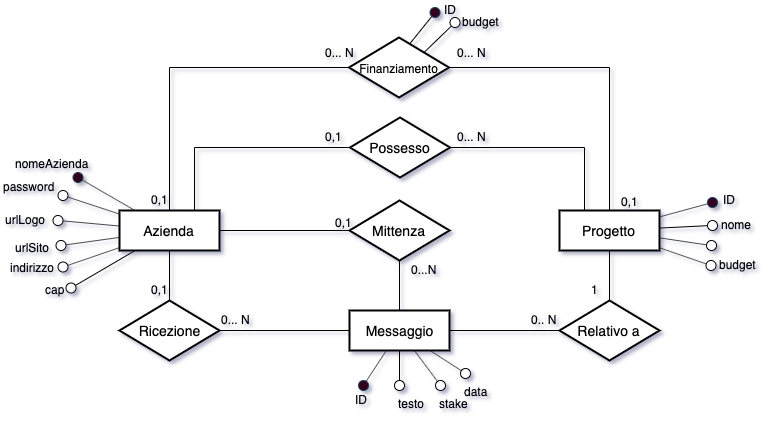
guidogagl/LSMDB keeps this draw.io diagram as img/ER.png. Above is the earlier version. Source tidied: cells renumbered, new cells last; positions are measured from the earlier drawing's top-left corner, leaving out a move shared by most shapes.
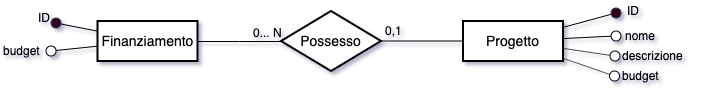
The same diagram one commit later.

What changed in the source:
```diff
@@ -2,241 +2,80 @@
   <root>
     <mxCell id="0" />
     <mxCell id="1" parent="0" />
-    <mxCell id="2" style="edgeStyle=orthogonalEdgeStyle;rounded=0;jettySize=auto;html=1;entryX=0;entryY=0.5;entryDx=0;entryDy=0;endArrow=none;endFill=0;" parent="1" edge="1" source="4" target="14">
+    <mxCell id="2" style="rounded=0;jettySize=auto;html=1;endArrow=none;endFill=0;" parent="1" edge="1" source="25" target="4">
       <mxGeometry relative="1" as="geometry" />
     </mxCell>
-    <mxCell id="3" style="edgeStyle=orthogonalEdgeStyle;rounded=0;jettySize=auto;html=1;entryX=0.5;entryY=0;entryDx=0;entryDy=0;endArrow=none;endFill=0;" parent="1" edge="1" source="4" target="16">
-      <mxGeometry relative="1" as="geometry" />
+    <mxCell id="3" value="0... N" style="text;html=1;align=left;verticalAlign=top;spacingTop=-4;" parent="1" vertex="1">
+      <mxGeometry x="292" y="554.5" width="40" height="20" as="geometry" />
     </mxCell>
-    <mxCell id="4" value="Azienda" style="strokeWidth=2;whiteSpace=wrap;html=1;align=center;fontSize=14;" parent="1" vertex="1">
-      <mxGeometry x="118" y="210" width="100" height="40" as="geometry" />
+    <mxCell id="4" style="ellipse;whiteSpace=wrap;html=1;" parent="1" vertex="1">
+      <mxGeometry x="86.5" y="577.5" width="10" height="10" as="geometry" />
     </mxCell>
-    <mxCell id="5" value="Progetto" style="strokeWidth=2;whiteSpace=wrap;html=1;align=center;fontSize=14;" parent="1" vertex="1">
-      <mxGeometry x="558" y="210" width="100" height="40" as="geometry" />
+    <mxCell id="5" value="budget&lt;br&gt;" style="text;html=1;points=[];align=left;verticalAlign=top;spacingTop=-4;" parent="1" vertex="1">
+      <mxGeometry x="41.5" y="572.5" width="50" height="20" as="geometry" />
     </mxCell>
-    <mxCell id="6" style="edgeStyle=orthogonalEdgeStyle;rounded=0;jettySize=auto;html=1;exitX=0;exitY=0.5;exitDx=0;exitDy=0;endArrow=none;endFill=0;" parent="1" edge="1" source="9" target="4">
+    <mxCell id="6" style="edgeStyle=none;rounded=0;jettySize=auto;html=1;endArrow=none;endFill=0;" parent="1" edge="1" source="7" target="25">
       <mxGeometry relative="1" as="geometry" />
     </mxCell>
-    <mxCell id="7" style="edgeStyle=orthogonalEdgeStyle;rounded=0;jettySize=auto;html=1;exitX=1;exitY=0.5;exitDx=0;exitDy=0;entryX=0.5;entryY=0;entryDx=0;entryDy=0;endArrow=none;endFill=0;" parent="1" edge="1" source="9" target="5">
-      <mxGeometry relative="1" as="geometry" />
+    <mxCell id="7" style="ellipse;whiteSpace=wrap;html=1;labelBackgroundColor=#000000;fillColor=#33001A;strokeColor=#23445d;" parent="1" vertex="1">
+      <mxGeometry x="91.5" y="549.5" width="10" height="10" as="geometry" />
     </mxCell>
-    <mxCell id="8" style="rounded=0;jettySize=auto;html=1;exitX=1;exitY=0;exitDx=0;exitDy=0;entryX=0;entryY=1;entryDx=0;entryDy=0;endArrow=none;endFill=0;" parent="1" edge="1" source="9" target="31">
-      <mxGeometry relative="1" as="geometry" />
+    <mxCell id="8" value="ID" style="text;html=1;align=left;verticalAlign=top;spacingTop=-4;" parent="1" vertex="1">
+      <mxGeometry x="76.5" y="539.5" width="30" height="20" as="geometry" />
     </mxCell>
-    <mxCell id="9" value="&lt;font style=&quot;font-size: 12px&quot;&gt;Finanziamento&lt;/font&gt;" style="shape=rhombus;strokeWidth=2;fontSize=17;perimeter=rhombusPerimeter;whiteSpace=wrap;html=1;align=center;fontSize=14;" parent="1" vertex="1">
-      <mxGeometry x="347.5" y="37" width="100" height="60" as="geometry" />
+    <mxCell id="9" style="edgeStyle=orthogonalEdgeStyle;rounded=0;jettySize=auto;html=1;endArrow=none;endFill=0;" parent="1" edge="1" source="10" target="26">
+      <mxGeometry relative="1" as="geometry" />
     </mxCell>
-    <mxCell id="10" style="edgeStyle=orthogonalEdgeStyle;rounded=0;jettySize=auto;html=1;exitX=1;exitY=0.5;exitDx=0;exitDy=0;entryX=0;entryY=0.5;entryDx=0;entryDy=0;endArrow=none;endFill=0;" parent="1" edge="1" source="11" target="18">
-      <mxGeometry relative="1" as="geometry" />
+    <mxCell id="10" value="Progetto" style="strokeWidth=2;whiteSpace=wrap;html=1;align=center;fontSize=14;" parent="1" vertex="1">
+      <mxGeometry x="503.5" y="552.5" width="100" height="40" as="geometry" />
     </mxCell>
-    <mxCell id="11" value="Messaggio" style="strokeWidth=2;whiteSpace=wrap;html=1;align=center;fontSize=14;" parent="1" vertex="1">
-      <mxGeometry x="348" y="310" width="100" height="40" as="geometry" />
+    <mxCell id="11" value="0,1" style="text;html=1;points=[];align=left;verticalAlign=top;spacingTop=-4;" parent="1" vertex="1">
+      <mxGeometry x="424" y="552.5" width="30" height="20" as="geometry" />
     </mxCell>
-    <mxCell id="12" style="edgeStyle=orthogonalEdgeStyle;rounded=0;jettySize=auto;html=1;entryX=0.5;entryY=0;entryDx=0;entryDy=0;endArrow=none;endFill=0;" parent="1" edge="1" source="14" target="11">
+    <mxCell id="12" style="edgeStyle=none;rounded=0;jettySize=auto;html=1;endArrow=none;endFill=0;" parent="1" edge="1" source="13" target="10">
       <mxGeometry relative="1" as="geometry" />
     </mxCell>
-    <mxCell id="13" style="edgeStyle=orthogonalEdgeStyle;rounded=0;jettySize=auto;html=1;endArrow=none;endFill=0;" parent="1" edge="1" source="14">
-      <mxGeometry relative="1" as="geometry">
-        <mxPoint x="268" y="230" as="targetPoint" />
-      </mxGeometry>
+    <mxCell id="13" style="ellipse;whiteSpace=wrap;html=1;labelBackgroundColor=#000000;fillColor=#33001A;strokeColor=#23445d;" parent="1" vertex="1">
+      <mxGeometry x="651.5" y="539.5" width="10" height="10" as="geometry" />
     </mxCell>
-    <mxCell id="14" value="Mittenza" style="shape=rhombus;strokeWidth=2;fontSize=17;perimeter=rhombusPerimeter;whiteSpace=wrap;html=1;align=center;fontSize=14;" parent="1" vertex="1">
-      <mxGeometry x="348" y="200" width="100" height="60" as="geometry" />
+    <mxCell id="14" value="ID" style="text;html=1;points=[];align=left;verticalAlign=top;spacingTop=-4;" parent="1" vertex="1">
+      <mxGeometry x="665.5" y="532.5" width="30" height="20" as="geometry" />
     </mxCell>
-    <mxCell id="15" style="edgeStyle=orthogonalEdgeStyle;rounded=0;jettySize=auto;html=1;entryX=0;entryY=0.5;entryDx=0;entryDy=0;endArrow=none;endFill=0;" parent="1" edge="1" source="16" target="11">
+    <mxCell id="15" style="edgeStyle=none;rounded=0;jettySize=auto;html=1;endArrow=none;endFill=0;" parent="1" edge="1" source="16" target="10">
       <mxGeometry relative="1" as="geometry" />
     </mxCell>
-    <mxCell id="16" value="Ricezione" style="shape=rhombus;strokeWidth=2;fontSize=17;perimeter=rhombusPerimeter;whiteSpace=wrap;html=1;align=center;fontSize=14;" parent="1" vertex="1">
-      <mxGeometry x="118" y="300" width="100" height="60" as="geometry" />
+    <mxCell id="16" style="ellipse;whiteSpace=wrap;html=1;" parent="1" vertex="1">
+      <mxGeometry x="651.5" y="562.5" width="10" height="10" as="geometry" />
     </mxCell>
-    <mxCell id="17" style="edgeStyle=orthogonalEdgeStyle;rounded=0;jettySize=auto;html=1;exitX=0.5;exitY=0;exitDx=0;exitDy=0;endArrow=none;endFill=0;" parent="1" edge="1" source="18" target="5">
-      <mxGeometry relative="1" as="geometry" />
+    <mxCell id="17" value="nome" style="text;html=1;align=left;verticalAlign=top;spacingTop=-4;" parent="1" vertex="1">
+      <mxGeometry x="663.5" y="557.5" width="50" height="20" as="geometry" />
     </mxCell>
-    <mxCell id="18" value="Relativo a" style="shape=rhombus;strokeWidth=2;fontSize=17;perimeter=rhombusPerimeter;whiteSpace=wrap;html=1;align=center;fontSize=14;" parent="1" vertex="1">
-      <mxGeometry x="558" y="300" width="100" height="60" as="geometry" />
+    <mxCell id="18" style="edgeStyle=none;rounded=0;jettySize=auto;html=1;endArrow=none;endFill=0;" parent="1" edge="1" source="19" target="10">
+      <mxGeometry relative="1" as="geometry" />
     </mxCell>
-    <mxCell id="19" value="0,1" style="text;html=1;points=[];align=left;verticalAlign=top;spacingTop=-4;" parent="1" vertex="1">
-      <mxGeometry x="148" y="190" width="30" height="20" as="geometry" />
+    <mxCell id="19" style="ellipse;whiteSpace=wrap;html=1;" parent="1" vertex="1">
+      <mxGeometry x="650.5" y="582.5" width="10" height="10" as="geometry" />
     </mxCell>
-    <mxCell id="20" value="0... N" style="text;html=1;align=left;verticalAlign=top;spacingTop=-4;" parent="1" vertex="1">
-      <mxGeometry x="321.5" y="43" width="40" height="20" as="geometry" />
+    <mxCell id="20" value="descrizione" style="text;html=1;align=left;verticalAlign=top;spacingTop=-4;" parent="1" vertex="1">
+      <mxGeometry x="660.5" y="577.5" width="80" height="20" as="geometry" />
     </mxCell>
-    <mxCell id="21" value="0... N" style="text;html=1;align=left;verticalAlign=top;spacingTop=-4;" parent="1" vertex="1">
-      <mxGeometry x="453.5" y="43" width="40" height="20" as="geometry" />
+    <mxCell id="21" style="edgeStyle=none;rounded=0;jettySize=auto;html=1;endArrow=none;endFill=0;" parent="1" edge="1" source="22" target="10">
+      <mxGeometry relative="1" as="geometry" />
     </mxCell>
-    <mxCell id="22" value="0,1" style="text;html=1;points=[];align=left;verticalAlign=top;spacingTop=-4;" parent="1" vertex="1">
-      <mxGeometry x="618" y="192" width="30" height="20" as="geometry" />
+    <mxCell id="22" style="ellipse;whiteSpace=wrap;html=1;" parent="1" vertex="1">
+      <mxGeometry x="650" y="602.5" width="10" height="10" as="geometry" />
     </mxCell>
-    <mxCell id="23" value="0,1" style="text;html=1;align=left;verticalAlign=top;spacingTop=-4;" parent="1" vertex="1">
-      <mxGeometry x="148" y="280" width="30" height="20" as="geometry" />
+    <mxCell id="23" value="budget" style="text;html=1;align=left;verticalAlign=top;spacingTop=-4;" parent="1" vertex="1">
+      <mxGeometry x="661" y="597.5" width="50" height="20" as="geometry" />
     </mxCell>
-    <mxCell id="24" value="0... N" style="text;html=1;align=left;verticalAlign=top;spacingTop=-4;" parent="1" vertex="1">
-      <mxGeometry x="218" y="310" width="40" height="20" as="geometry" />
+    <mxCell id="24" style="edgeStyle=orthogonalEdgeStyle;rounded=0;jettySize=auto;html=1;entryX=0;entryY=0.5;entryDx=0;entryDy=0;endArrow=none;endFill=0;" parent="1" edge="1" source="25" target="26">
+      <mxGeometry relative="1" as="geometry" />
     </mxCell>
-    <mxCell id="25" value="0,1" style="text;html=1;points=[];align=left;verticalAlign=top;spacingTop=-4;" parent="1" vertex="1">
-      <mxGeometry x="332" y="213" width="30" height="20" as="geometry" />
+    <mxCell id="25" value="Finanziamento" style="strokeWidth=2;whiteSpace=wrap;html=1;align=center;fontSize=14;" parent="1" vertex="1">
+      <mxGeometry x="138" y="552.5" width="100" height="40" as="geometry" />
     </mxCell>
-    <mxCell id="26" value="0...N" style="text;html=1;points=[];align=left;verticalAlign=top;spacingTop=-4;" parent="1" vertex="1">
-      <mxGeometry x="408" y="260" width="40" height="20" as="geometry" />
+    <mxCell id="26" value="Possesso" style="shape=rhombus;strokeWidth=2;fontSize=17;perimeter=rhombusPerimeter;whiteSpace=wrap;html=1;align=center;fontSize=14;" parent="1" vertex="1">
+      <mxGeometry x="321.5" y="542.5" width="100" height="60" as="geometry" />
     </mxCell>
-    <mxCell id="27" value="1" style="text;html=1;align=left;verticalAlign=top;spacingTop=-4;" parent="1" vertex="1">
-      <mxGeometry x="588" y="280" width="20" height="20" as="geometry" />
-    </mxCell>
-    <mxCell id="28" value="0.. N" style="text;html=1;align=left;verticalAlign=top;spacingTop=-4;" parent="1" vertex="1">
-      <mxGeometry x="528" y="310" width="40" height="20" as="geometry" />
-    </mxCell>
-    <mxCell id="29" style="edgeStyle=orthogonalEdgeStyle;rounded=0;jettySize=auto;html=1;endArrow=none;endFill=0;" parent="1" edge="1" source="30" target="11">
-      <mxGeometry relative="1" as="geometry" />
-    </mxCell>
-    <mxCell id="30" style="ellipse;whiteSpace=wrap;html=1;" parent="1" vertex="1">
-      <mxGeometry x="393" y="380" width="10" height="10" as="geometry" />
-    </mxCell>
-    <mxCell id="31" style="ellipse;whiteSpace=wrap;html=1;" parent="1" vertex="1">
-      <mxGeometry x="448.5" y="17" width="10" height="10" as="geometry" />
-    </mxCell>
-    <mxCell id="32" value="budget&lt;br&gt;" style="text;html=1;align=left;verticalAlign=top;spacingTop=-4;" parent="1" vertex="1">
-      <mxGeometry x="458.5" y="12" width="50" height="20" as="geometry" />
-    </mxCell>
-    <mxCell id="33" style="edgeStyle=none;rounded=0;jettySize=auto;html=1;entryX=0.61;entryY=0.1;entryDx=0;entryDy=0;entryPerimeter=0;endArrow=none;endFill=0;" parent="1" edge="1" source="34" target="9">
-      <mxGeometry relative="1" as="geometry" />
-    </mxCell>
-    <mxCell id="34" style="ellipse;whiteSpace=wrap;html=1;labelBackgroundColor=#000000;fillColor=#33001A;strokeColor=#23445d;" parent="1" vertex="1">
-      <mxGeometry x="428.5" y="7" width="10" height="10" as="geometry" />
-    </mxCell>
-    <mxCell id="35" value="ID" style="text;html=1;align=left;verticalAlign=top;spacingTop=-4;" parent="1" vertex="1">
-      <mxGeometry x="440.5" width="30" height="20" as="geometry" />
-    </mxCell>
-    <mxCell id="36" style="edgeStyle=none;rounded=0;jettySize=auto;html=1;endArrow=none;endFill=0;" parent="1" edge="1" source="37" target="5">
-      <mxGeometry relative="1" as="geometry" />
-    </mxCell>
-    <mxCell id="37" style="ellipse;whiteSpace=wrap;html=1;labelBackgroundColor=#000000;fillColor=#33001A;strokeColor=#23445d;" parent="1" vertex="1">
-      <mxGeometry x="706" y="197" width="10" height="10" as="geometry" />
-    </mxCell>
-    <mxCell id="38" value="ID" style="text;html=1;align=left;verticalAlign=top;spacingTop=-4;" parent="1" vertex="1">
-      <mxGeometry x="720" y="190" width="30" height="20" as="geometry" />
-    </mxCell>
-    <mxCell id="39" style="edgeStyle=none;rounded=0;jettySize=auto;html=1;endArrow=none;endFill=0;" parent="1" edge="1" source="40" target="11">
-      <mxGeometry relative="1" as="geometry" />
-    </mxCell>
-    <mxCell id="40" style="ellipse;whiteSpace=wrap;html=1;labelBackgroundColor=#000000;fillColor=#33001A;strokeColor=#23445d;" parent="1" vertex="1">
-      <mxGeometry x="357" y="380" width="10" height="10" as="geometry" />
-    </mxCell>
-    <mxCell id="41" value="ID" style="text;html=1;align=left;verticalAlign=top;spacingTop=-4;" parent="1" vertex="1">
-      <mxGeometry x="352" y="390" width="30" height="20" as="geometry" />
-    </mxCell>
-    <mxCell id="42" style="edgeStyle=none;rounded=0;jettySize=auto;html=1;endArrow=none;endFill=0;" parent="1" edge="1" source="43" target="4">
-      <mxGeometry relative="1" as="geometry" />
-    </mxCell>
-    <mxCell id="43" style="ellipse;whiteSpace=wrap;html=1;labelBackgroundColor=#000000;fillColor=#33001A;strokeColor=#23445d;" parent="1" vertex="1">
-      <mxGeometry x="71.5" y="172" width="10" height="10" as="geometry" />
-    </mxCell>
-    <mxCell id="44" value="nomeAzienda" style="text;html=1;align=left;verticalAlign=top;spacingTop=-4;" parent="1" vertex="1">
-      <mxGeometry x="11.5" y="154" width="90" height="20" as="geometry" />
-    </mxCell>
-    <mxCell id="45" value="testo&lt;br&gt;" style="text;html=1;align=left;verticalAlign=top;spacingTop=-4;" parent="1" vertex="1">
-      <mxGeometry x="395" y="394" width="40" height="20" as="geometry" />
-    </mxCell>
-    <mxCell id="46" style="edgeStyle=none;rounded=0;jettySize=auto;html=1;endArrow=none;endFill=0;" parent="1" edge="1" source="47" target="11">
-      <mxGeometry relative="1" as="geometry" />
-    </mxCell>
-    <mxCell id="47" style="ellipse;whiteSpace=wrap;html=1;" parent="1" vertex="1">
-      <mxGeometry x="434" y="380" width="10" height="10" as="geometry" />
-    </mxCell>
-    <mxCell id="48" value="stake" style="text;html=1;align=left;verticalAlign=top;spacingTop=-4;" parent="1" vertex="1">
-      <mxGeometry x="436" y="394" width="40" height="20" as="geometry" />
-    </mxCell>
-    <mxCell id="49" style="edgeStyle=none;rounded=0;jettySize=auto;html=1;endArrow=none;endFill=0;" parent="1" edge="1" source="50" target="11">
-      <mxGeometry relative="1" as="geometry" />
-    </mxCell>
-    <mxCell id="50" style="ellipse;whiteSpace=wrap;html=1;" parent="1" vertex="1">
-      <mxGeometry x="459" y="368" width="10" height="10" as="geometry" />
-    </mxCell>
-    <mxCell id="51" value="data" style="text;html=1;align=left;verticalAlign=top;spacingTop=-4;" parent="1" vertex="1">
-      <mxGeometry x="461" y="382" width="40" height="20" as="geometry" />
-    </mxCell>
-    <mxCell id="52" style="edgeStyle=none;rounded=0;jettySize=auto;html=1;endArrow=none;endFill=0;" parent="1" edge="1" source="53" target="5">
-      <mxGeometry relative="1" as="geometry" />
-    </mxCell>
-    <mxCell id="53" style="ellipse;whiteSpace=wrap;html=1;" parent="1" vertex="1">
-      <mxGeometry x="706" y="220" width="10" height="10" as="geometry" />
-    </mxCell>
-    <mxCell id="54" value="nome" style="text;html=1;align=left;verticalAlign=top;spacingTop=-4;" parent="1" vertex="1">
-      <mxGeometry x="718" y="215" width="50" height="20" as="geometry" />
-    </mxCell>
-    <mxCell id="55" style="edgeStyle=none;rounded=0;jettySize=auto;html=1;endArrow=none;endFill=0;" parent="1" edge="1" source="56" target="5">
-      <mxGeometry relative="1" as="geometry" />
-    </mxCell>
-    <mxCell id="56" style="ellipse;whiteSpace=wrap;html=1;" parent="1" vertex="1">
-      <mxGeometry x="705" y="240" width="10" height="10" as="geometry" />
-    </mxCell>
-    <mxCell id="57" style="edgeStyle=none;rounded=0;jettySize=auto;html=1;endArrow=none;endFill=0;" parent="1" edge="1" source="58" target="5">
-      <mxGeometry relative="1" as="geometry" />
-    </mxCell>
-    <mxCell id="58" style="ellipse;whiteSpace=wrap;html=1;" parent="1" vertex="1">
-      <mxGeometry x="704.5" y="260" width="10" height="10" as="geometry" />
-    </mxCell>
-    <mxCell id="59" value="budget" style="text;html=1;align=left;verticalAlign=top;spacingTop=-4;" parent="1" vertex="1">
-      <mxGeometry x="715.5" y="255" width="50" height="20" as="geometry" />
-    </mxCell>
-    <mxCell id="60" style="edgeStyle=none;rounded=0;jettySize=auto;html=1;endArrow=none;endFill=0;" parent="1" edge="1" source="61" target="4">
-      <mxGeometry relative="1" as="geometry" />
-    </mxCell>
-    <mxCell id="61" style="ellipse;whiteSpace=wrap;html=1;" parent="1" vertex="1">
-      <mxGeometry x="51.5" y="215" width="10" height="10" as="geometry" />
-    </mxCell>
-    <mxCell id="62" value="urlLogo" style="text;html=1;align=left;verticalAlign=top;spacingTop=-4;" parent="1" vertex="1">
-      <mxGeometry x="1.5" y="210" width="60" height="20" as="geometry" />
-    </mxCell>
-    <mxCell id="63" style="edgeStyle=none;rounded=0;jettySize=auto;html=1;endArrow=none;endFill=0;" parent="1" edge="1" source="64" target="4">
-      <mxGeometry relative="1" as="geometry" />
-    </mxCell>
-    <mxCell id="64" style="ellipse;whiteSpace=wrap;html=1;" parent="1" vertex="1">
-      <mxGeometry x="54.5" y="240" width="10" height="10" as="geometry" />
-    </mxCell>
-    <mxCell id="65" value="urlSito" style="text;html=1;align=left;verticalAlign=top;spacingTop=-4;" parent="1" vertex="1">
-      <mxGeometry x="11.5" y="238" width="50" height="20" as="geometry" />
-    </mxCell>
-    <mxCell id="66" style="edgeStyle=none;rounded=0;jettySize=auto;html=1;endArrow=none;endFill=0;" parent="1" edge="1" source="67" target="4">
-      <mxGeometry relative="1" as="geometry" />
-    </mxCell>
-    <mxCell id="67" style="ellipse;whiteSpace=wrap;html=1;" parent="1" vertex="1">
-      <mxGeometry x="56.5" y="261.5" width="10" height="10" as="geometry" />
-    </mxCell>
-    <mxCell id="68" value="indirizzo" style="text;html=1;align=left;verticalAlign=top;spacingTop=-4;" parent="1" vertex="1">
-      <mxGeometry x="6.5" y="258" width="60" height="20" as="geometry" />
-    </mxCell>
-    <mxCell id="69" style="edgeStyle=none;rounded=0;jettySize=auto;html=1;endArrow=none;endFill=0;" parent="1" edge="1" source="70" target="4">
-      <mxGeometry relative="1" as="geometry" />
-    </mxCell>
-    <mxCell id="70" style="ellipse;whiteSpace=wrap;html=1;" parent="1" vertex="1">
-      <mxGeometry x="64.5" y="282.5" width="10" height="10" as="geometry" />
-    </mxCell>
-    <mxCell id="71" value="cap" style="text;html=1;align=left;verticalAlign=top;spacingTop=-4;" parent="1" vertex="1">
-      <mxGeometry x="41.5" y="280" width="30" height="20" as="geometry" />
-    </mxCell>
-    <mxCell id="72" style="edgeStyle=none;rounded=0;jettySize=auto;html=1;endArrow=none;endFill=0;" parent="1" edge="1" source="73" target="4">
-      <mxGeometry relative="1" as="geometry" />
-    </mxCell>
-    <mxCell id="73" style="ellipse;whiteSpace=wrap;html=1;" parent="1" vertex="1">
-      <mxGeometry x="56.5" y="190" width="10" height="10" as="geometry" />
-    </mxCell>
-    <mxCell id="74" value="password" style="text;html=1;align=left;verticalAlign=top;spacingTop=-4;" parent="1" vertex="1">
-      <mxGeometry x="-0.5" y="177" width="70" height="20" as="geometry" />
-    </mxCell>
-    <mxCell id="75" style="edgeStyle=orthogonalEdgeStyle;rounded=0;jettySize=auto;html=1;exitX=0;exitY=0.5;exitDx=0;exitDy=0;entryX=0.75;entryY=0;entryDx=0;entryDy=0;endArrow=none;endFill=0;" parent="1" edge="1" source="77" target="4">
-      <mxGeometry relative="1" as="geometry" />
-    </mxCell>
-    <mxCell id="76" style="edgeStyle=orthogonalEdgeStyle;rounded=0;jettySize=auto;html=1;exitX=1;exitY=0.5;exitDx=0;exitDy=0;entryX=0.25;entryY=0;entryDx=0;entryDy=0;endArrow=none;endFill=0;" parent="1" edge="1" source="77" target="5">
-      <mxGeometry relative="1" as="geometry" />
-    </mxCell>
-    <mxCell id="77" value="Possesso" style="shape=rhombus;strokeWidth=2;fontSize=17;perimeter=rhombusPerimeter;whiteSpace=wrap;html=1;align=center;fontSize=14;" parent="1" vertex="1">
-      <mxGeometry x="348.5" y="117" width="100" height="60" as="geometry" />
-    </mxCell>
-    <mxCell id="78" value="0,1" style="text;html=1;align=left;verticalAlign=top;spacingTop=-4;" parent="1" vertex="1">
-      <mxGeometry x="321.5" y="127" width="30" height="20" as="geometry" />
-    </mxCell>
-    <mxCell id="79" value="0... N" style="text;html=1;align=left;verticalAlign=top;spacingTop=-4;" parent="1" vertex="1">
-      <mxGeometry x="453.5" y="127" width="40" height="20" as="geometry" />
-    </mxCell>
   </root>
 </mxGraphModel>
```
